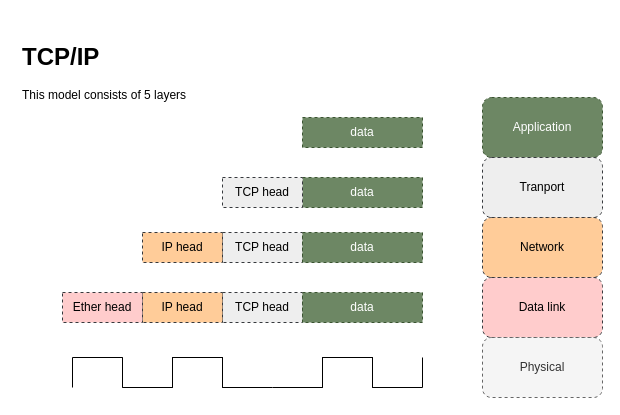
The draw.io diagram page "tcpip" (2 of 15) of network_trainning.drawio in garryfan2013/network_trainning, before the edit. Source tidied: cells renumbered, new cells numbered last; positions are measured from the earlier drawing's top-left corner, leaving out a move shared by most shapes. Both pictures are drawn from the tidied source at 100%, with x=0, y=0 at pixel (-8, 37).
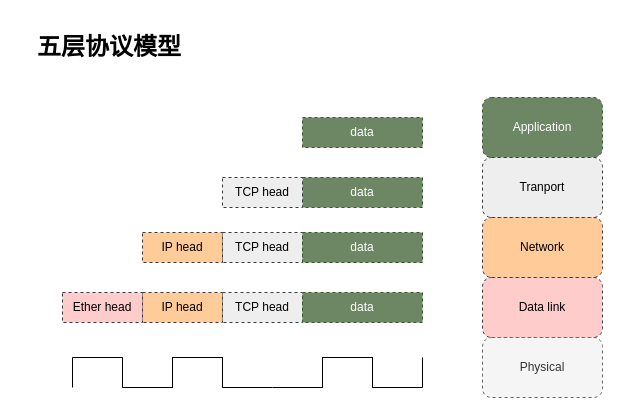
Above is the later version.

Diff of the diagram source:
```diff
@@
-    <mxCell id="26" value="&lt;h1&gt;TCP/IP&lt;/h1&gt;&lt;p&gt;This model consists of 5 layers&lt;/p&gt;" style="text;html=1;strokeColor=none;fillColor=none;spacing=5;spacingTop=-20;whiteSpace=wrap;overflow=hidden;rounded=0;dashed=1;" parent="1" vertex="1">
-      <mxGeometry x="25" width="190" height="80" as="geometry" />
+    <mxCell id="26" value="&lt;h1&gt;五层协议模型&lt;/h1&gt;" style="text;html=1;strokeColor=none;fillColor=none;spacing=5;spacingTop=-20;whiteSpace=wrap;overflow=hidden;rounded=0;dashed=1;" parent="1" vertex="1">
+      <mxGeometry x="40" y="-10" width="190" height="80" as="geometry" />
     </mxCell>
```
